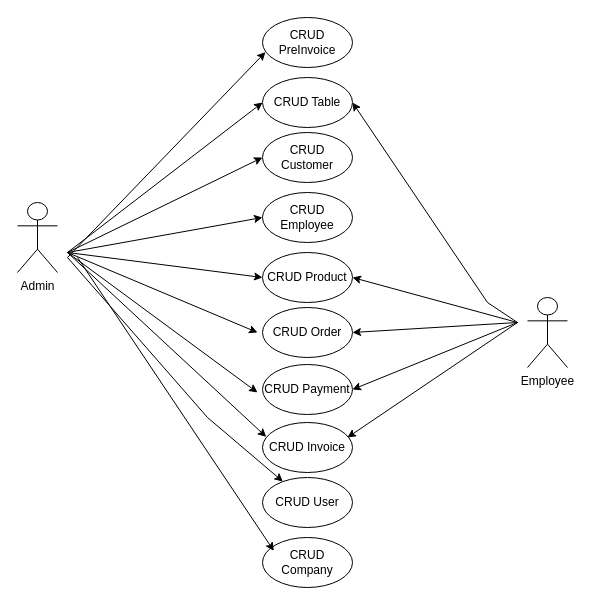
This is page "CU" (3 of 3) of Documents/Diagrama sin título.drawio from KevinAlvarezD/RestAdmin, a draw.io file, before an edit. Source tidied: cells renumbered, new cells numbered last; positions are measured from the earlier drawing's top-left corner, leaving out a move shared by most shapes. Both pictures are drawn from the tidied source at 100%, with x=0, y=0 at pixel (17, 17).
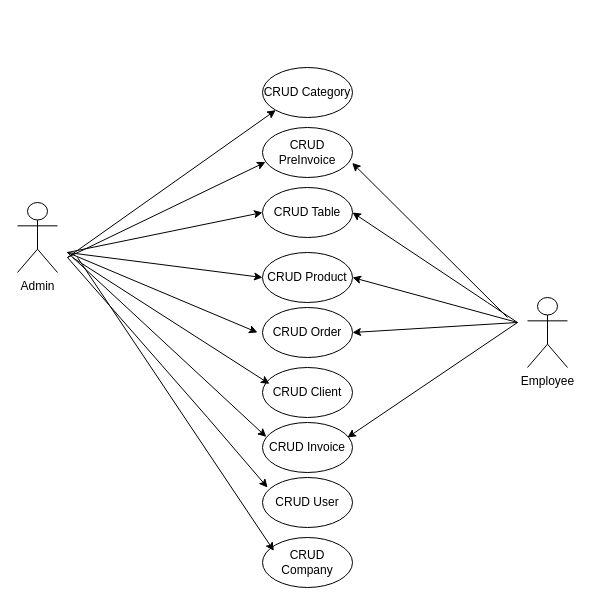
The same diagram, later.

Commit message:
use case diagram is updated

Unchanged cells that the change refers to:
```xml
<mxCell id="23" value="CRUD User" style="ellipse;whiteSpace=wrap;html=1;" parent="1" vertex="1">
  <mxGeometry x="245" y="460" width="90" height="50" as="geometry" />
</mxCell>
```

The edit, as a diff of the source:
```diff
@@
-    <mxCell id="4" value="CRUD Customer" style="ellipse;whiteSpace=wrap;html=1;" parent="1" vertex="1">
-      <mxGeometry x="245" y="115" width="90" height="50" as="geometry" />
-    </mxCell>
     <mxCell id="5" value="CRUD Table" style="ellipse;whiteSpace=wrap;html=1;" parent="1" vertex="1">
-      <mxGeometry x="245" y="60" width="90" height="50" as="geometry" />
+      <mxGeometry x="245" y="170" width="90" height="50" as="geometry" />
     </mxCell>
@@
-    <mxCell id="7" value="CRUD Employee" style="ellipse;whiteSpace=wrap;html=1;" parent="1" vertex="1">
-      <mxGeometry x="245" y="175" width="90" height="50" as="geometry" />
-    </mxCell>
@@
-    <mxCell id="10" value="CRUD Payment" style="ellipse;whiteSpace=wrap;html=1;" parent="1" vertex="1">
-      <mxGeometry x="245" y="347" width="90" height="50" as="geometry" />
-    </mxCell>
@@
-    <mxCell id="12" style="endArrow=classic;html=1;rounded=0;entryX=0;entryY=0.5;entryDx=0;entryDy=0;" parent="1" edge="1" target="4">
-      <mxGeometry relative="1" as="geometry">
-        <mxPoint x="50" y="235" as="sourcePoint" />
-      </mxGeometry>
-    </mxCell>
-    <mxCell id="13" style="endArrow=classic;html=1;rounded=0;entryX=0;entryY=0.5;entryDx=0;entryDy=0;" parent="1" edge="1" target="7">
-      <mxGeometry relative="1" as="geometry">
-        <mxPoint x="50" y="235" as="sourcePoint" />
-      </mxGeometry>
-    </mxCell>
@@
-    <mxCell id="16" style="endArrow=classic;html=1;rounded=0;" parent="1" edge="1">
-      <mxGeometry relative="1" as="geometry">
-        <mxPoint x="50" y="235" as="sourcePoint" />
-        <mxPoint x="240" y="375" as="targetPoint" />
-      </mxGeometry>
-    </mxCell>
@@
-    <mxCell id="21" style="endArrow=classic;html=1;rounded=0;entryX=1;entryY=0.5;entryDx=0;entryDy=0;" parent="1" edge="1" target="10">
-      <mxGeometry relative="1" as="geometry">
-        <mxPoint x="500" y="305" as="sourcePoint" />
-      </mxGeometry>
-    </mxCell>
@@
     <mxCell id="24" value="CRUD PreInvoice" style="ellipse;whiteSpace=wrap;html=1;" parent="1" vertex="1">
-      <mxGeometry x="245" width="90" height="50" as="geometry" />
+      <mxGeometry x="245" y="110" width="90" height="50" as="geometry" />
     </mxCell>
@@
-    <mxCell id="26" style="endArrow=classic;html=1;rounded=0;" parent="1" edge="1" target="23">
+    <mxCell id="26" style="endArrow=classic;html=1;rounded=0;entryX=0.056;entryY=0.2;entryDx=0;entryDy=0;entryPerimeter=0;" parent="1" edge="1" target="23">
       <mxGeometry relative="1" as="geometry">
         <mxPoint x="50" y="240" as="sourcePoint" />
         <Array as="points">
           <mxPoint x="190" y="400" />
         </Array>
       </mxGeometry>
     </mxCell>
@@
+    <mxCell id="29" value="CRUD Category" style="ellipse;whiteSpace=wrap;html=1;" parent="1" vertex="1">
+      <mxGeometry x="245" y="50" width="90" height="50" as="geometry" />
+    </mxCell>
+    <mxCell id="30" style="endArrow=classic;html=1;rounded=0;entryX=0;entryY=1;entryDx=0;entryDy=0;" parent="1" edge="1" target="29">
+      <mxGeometry relative="1" as="geometry">
+        <mxPoint x="50" y="240" as="sourcePoint" />
+      </mxGeometry>
+    </mxCell>
+    <mxCell id="31" value="CRUD Client" style="ellipse;whiteSpace=wrap;html=1;" parent="1" vertex="1">
+      <mxGeometry x="245" y="350" width="90" height="50" as="geometry" />
+    </mxCell>
+    <mxCell id="32" style="endArrow=classic;html=1;rounded=0;entryX=0.077;entryY=0.327;entryDx=0;entryDy=0;entryPerimeter=0;" parent="1" edge="1" target="31">
+      <mxGeometry relative="1" as="geometry">
+        <mxPoint x="55" y="240" as="sourcePoint" />
+      </mxGeometry>
+    </mxCell>
+    <mxCell id="33" style="endArrow=classic;html=1;rounded=0;entryX=0.997;entryY=0.708;entryDx=0;entryDy=0;entryPerimeter=0;" parent="1" edge="1" target="24">
+      <mxGeometry relative="1" as="geometry">
+        <mxPoint x="490" y="300" as="sourcePoint" />
+      </mxGeometry>
+    </mxCell>
```
